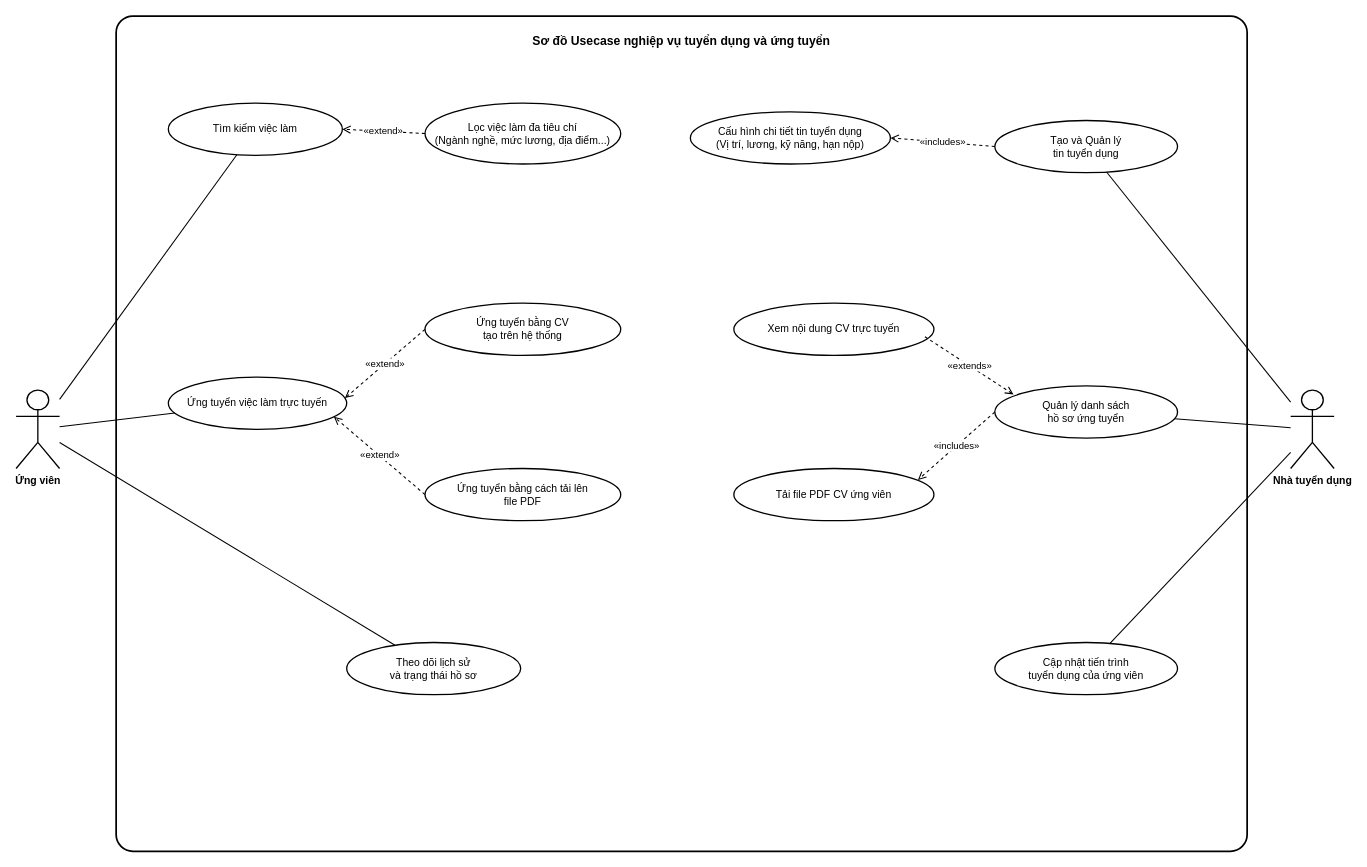
This is diagrams/usecase_recruitment.drawio from SE-Project-CTU/smart-recruitment-docs, a draw.io file, before an edit. Source tidied: cells renumbered, new cells numbered last; positions are measured from the earlier drawing's top-left corner, leaving out a move shared by most shapes. Both pictures are drawn from the tidied source at 87%, with x=0, y=0 at pixel (16, 16).
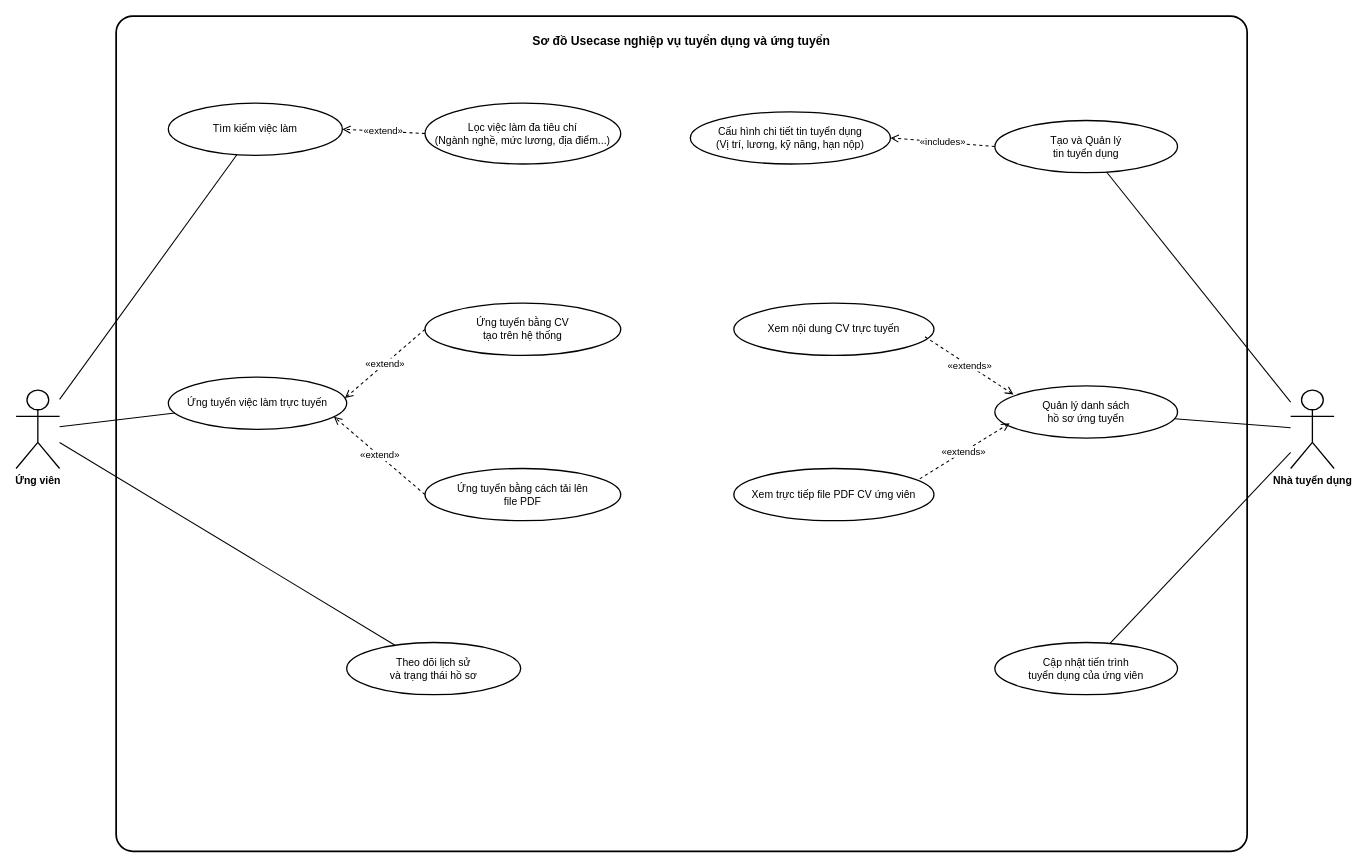
Above is the later version.

Commit message:
docs: update usecase name (recruitment)

The change refers to these unchanged cells:
```xml
<mxCell id="12" value="Quản lý danh sách&#10;hồ sơ ứng tuyển" style="ellipse;whiteSpace=wrap;html=1;strokeWidth=1.5;strokeColor=#000000;fillColor=#FFFFFF;fontColor=#000000;fontSize=12;align=center;verticalAlign=middle;" parent="1" vertex="1">
  <mxGeometry x="1125" y="425" width="210" height="60" as="geometry" />
</mxCell>
```

Diff of the diagram source:
```diff
@@
-    <mxCell id="16" value="Tải file PDF CV ứng viên" style="ellipse;whiteSpace=wrap;html=1;strokeWidth=1.5;strokeColor=#000000;fillColor=#FFFFFF;fontColor=#000000;fontSize=12;align=center;verticalAlign=middle;" parent="1" vertex="1">
+    <mxCell id="16" value="Xem trực tiếp file PDF CV ứng viên" style="ellipse;whiteSpace=wrap;html=1;strokeWidth=1.5;strokeColor=#000000;fillColor=#FFFFFF;fontColor=#000000;fontSize=12;align=center;verticalAlign=middle;" parent="1" vertex="1">
       <mxGeometry x="825" y="520" width="230" height="60" as="geometry" />
     </mxCell>
@@
-    <mxCell id="28" value="«includes»" style="dashed=1;endArrow=open;endFill=0;endSize=7;html=1;strokeWidth=1.2;strokeColor=#000000;fontColor=#000000;fontSize=11;labelBackgroundColor=#FFFFFF;exitX=0;exitY=0.5;exitDx=0;exitDy=0;entryX=0.92;entryY=0.219;entryDx=0;entryDy=0;entryPerimeter=0;" parent="1" edge="1" source="12" target="16">
+    <mxCell id="28" value="«extends»" style="dashed=1;endArrow=none;endFill=0;endSize=7;html=1;strokeWidth=1.2;strokeColor=#000000;fontColor=#000000;fontSize=11;labelBackgroundColor=#FFFFFF;exitX=0.081;exitY=0.717;exitDx=0;exitDy=0;entryX=0.92;entryY=0.219;entryDx=0;entryDy=0;entryPerimeter=0;startArrow=open;startFill=0;startSize=7;exitPerimeter=0;" parent="1" edge="1" source="12" target="16">
       <mxGeometry relative="1" as="geometry" />
     </mxCell>
```
